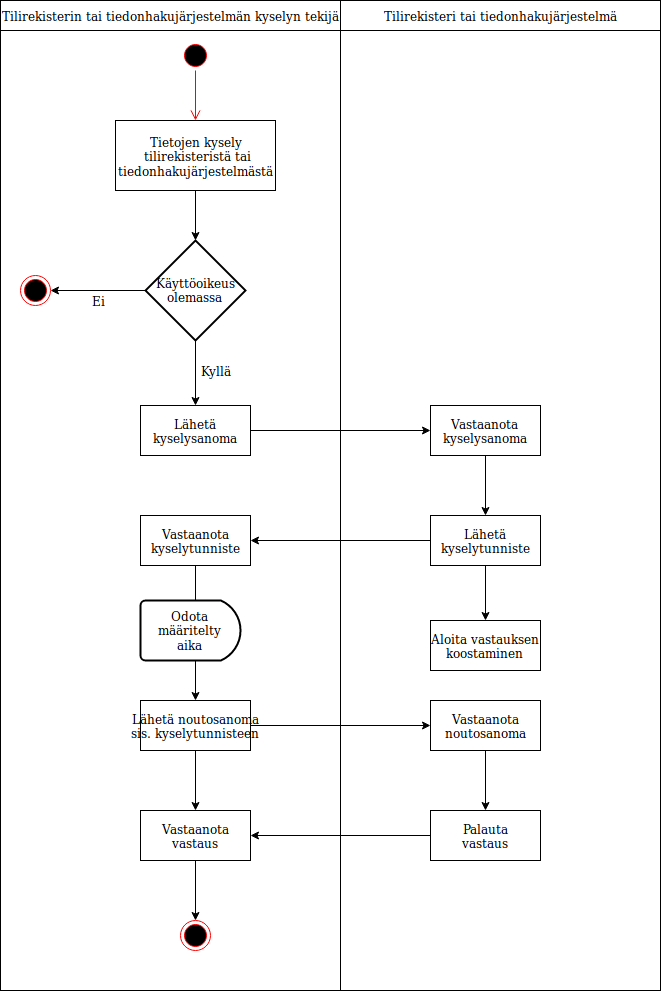
This is diagrams/flowchart_query.png from FinnishCustoms-SuomenTulli/account-register-information-query, a draw.io export, as it was before one commit. Source tidied: cells renumbered, new cells last; positions are measured from the earlier drawing's top-left corner, leaving out a move shared by most shapes.
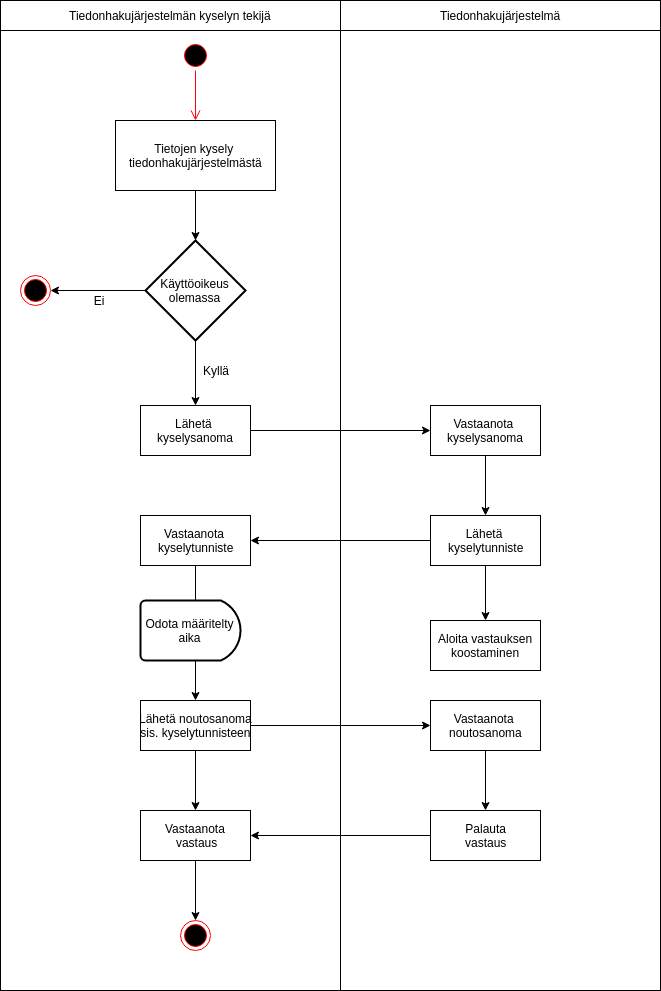
The same diagram one commit later.

What changed in the source:
```diff
@@ -14,7 +14,7 @@
     <mxCell id="5" style="edgeStyle=orthogonalEdgeStyle;html=1;verticalAlign=bottom;endArrow=open;endSize=8;strokeColor=#ff0000;entryX=0.5;entryY=0;entryDx=0;entryDy=0;" parent="1" edge="1" source="4" target="6">
       <mxGeometry relative="1" as="geometry" />
     </mxCell>
-    <mxCell id="6" value="&lt;div&gt;&lt;div&gt;&lt;span&gt;Tietojen kysely&lt;/span&gt;&lt;/div&gt;&lt;/div&gt;&lt;div&gt;&amp;nbsp;tilirekisteristä tai &lt;br&gt;&lt;/div&gt;&lt;div&gt;tiedonhakujärjestelmästä&lt;/div&gt;" style="html=1;" parent="1" vertex="1">
+    <mxCell id="6" value="&lt;div&gt;&lt;div&gt;&lt;span&gt;Tietojen kysely&lt;/span&gt;&lt;span&gt;&amp;nbsp;&lt;/span&gt;&lt;/div&gt;&lt;/div&gt;&lt;div&gt;tiedonhakujärjestelmästä&lt;/div&gt;" style="html=1;" parent="1" vertex="1">
       <mxGeometry x="115" y="120" width="160" height="70" as="geometry" />
     </mxCell>
     <mxCell id="7" value="&lt;div&gt;Käyttöoikeus&lt;/div&gt;&lt;div&gt;olemassa&lt;br&gt;&lt;/div&gt;" style="strokeWidth=2;html=1;shape=mxgraph.flowchart.decision;whiteSpace=wrap;" parent="1" vertex="1">
@@ -62,10 +62,10 @@
     <mxCell id="21" style="endArrow=classic;html=1;exitX=0.5;exitY=1;exitDx=0;exitDy=0;entryX=0.5;entryY=0;entryDx=0;entryDy=0;" parent="1" edge="1" source="31" target="20">
       <mxGeometry relative="1" as="geometry" />
     </mxCell>
-    <mxCell id="22" value="Tilirekisterin tai tiedonhakujärjestelmän kyselyn tekijä" style="html=1;" parent="1" vertex="1">
+    <mxCell id="22" value="Tiedonhakujärjestelmän kyselyn tekijä" style="html=1;" parent="1" vertex="1">
       <mxGeometry width="340" height="30" as="geometry" />
     </mxCell>
-    <mxCell id="23" value="Tilirekisteri tai tiedonhakujärjestelmä" style="html=1;" parent="1" vertex="1">
+    <mxCell id="23" value="Tiedonhakujärjestelmä" style="html=1;" parent="1" vertex="1">
       <mxGeometry x="340" width="320" height="30" as="geometry" />
     </mxCell>
     <mxCell id="24" value="Kyllä" style="text;html=1;strokeColor=none;fillColor=none;align=center;verticalAlign=middle;whiteSpace=wrap;rounded=0;" parent="1" vertex="1">
```
